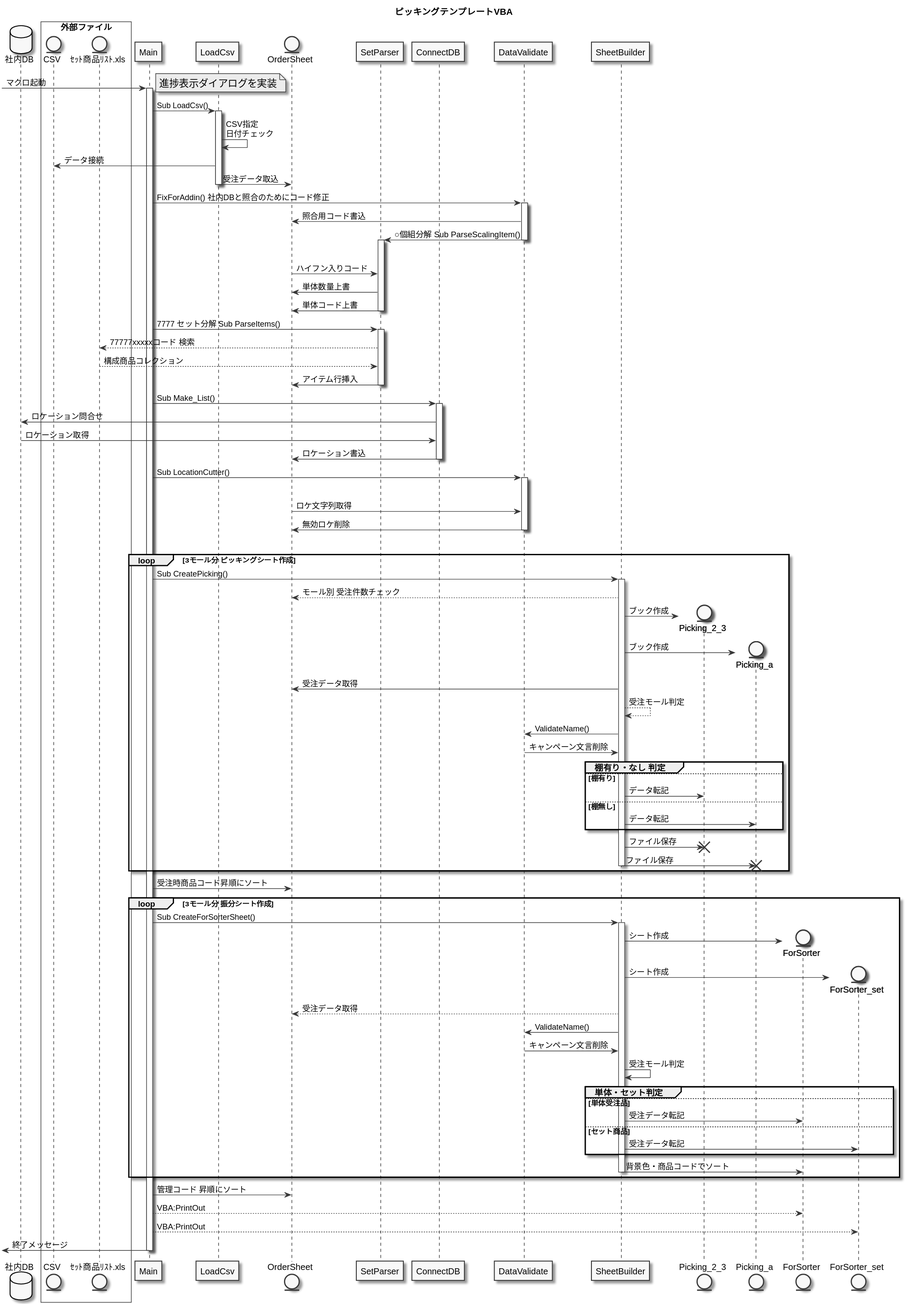
The PlantUML diagram out/picking_create_vba/picking_create_vba.svg in amunenaga/ec-backyard-macro, before a commit. Its source is kept beside it as picking_create_vba.puml.
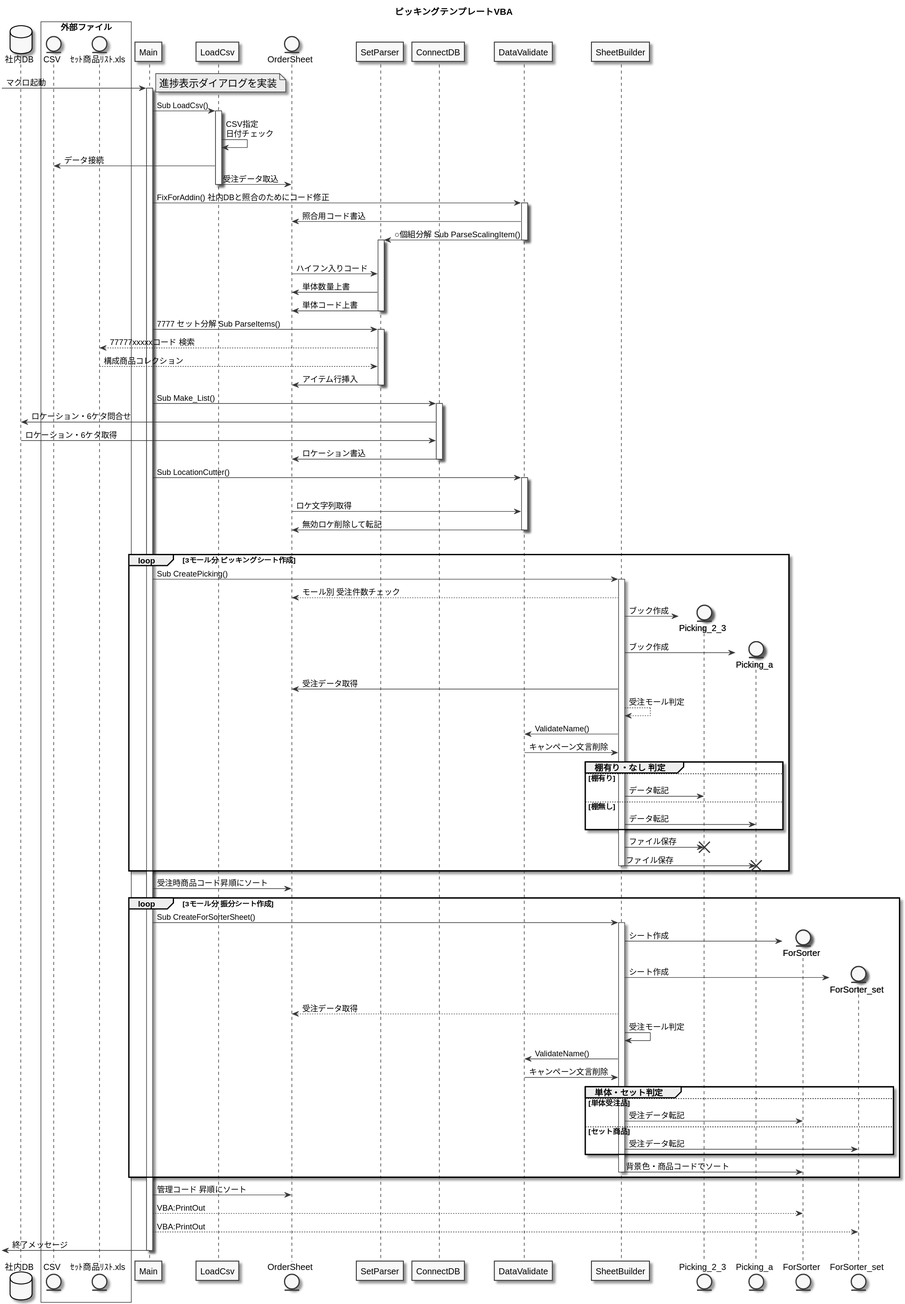
After the change.

What changed in the source:
```diff
@@ -64,8 +64,8 @@
 
 Main -> ConnectDB : Sub Make_List()
 activate ConnectDB
-社内DB <- ConnectDB : ロケーション問合せ
-社内DB -> ConnectDB :ロケーション取得
+社内DB <- ConnectDB : ロケーション・6ケタ問合せ
+社内DB -> ConnectDB :ロケーション・6ケタ取得
 OrderSheet <- ConnectDB : ロケーション書込
 deactivate ConnectDB
 
@@ -79,7 +79,7 @@
 
 |||
 OrderSheet -> DataValidate :ロケ文字列取得
-OrderSheet <- DataValidate :無効ロケ削除
+OrderSheet <- DataValidate :無効ロケ削除して転記
 deactivate DataValidate
 |||
 
@@ -136,10 +136,10 @@
         SheetBuilder -> ForSorter_set : シート作成
         OrderSheet <-- SheetBuilder : 受注データ取得
 
+        SheetBuilder -> SheetBuilder : 受注モール判定
+
         DataValidate <- SheetBuilder : ValidateName()
         DataValidate -> SheetBuilder : キャンペーン文言削除
-
-        SheetBuilder -> SheetBuilder : 受注モール判定
 
         group 単体・セット判定
             else 単体受注品
```
